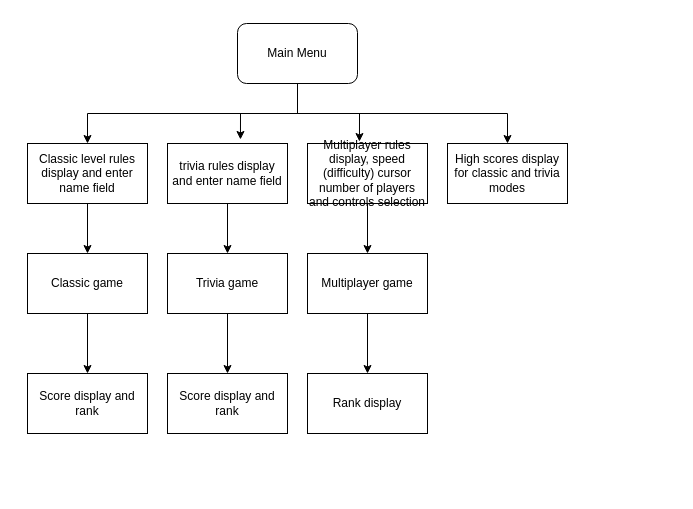
Above: Untitled Diagram.drawio in frederic-pautet/drakediagrams (draw.io), before the change. Source tidied: cells renumbered, new cells numbered last; positions are measured from the earlier drawing's top-left corner, leaving out a move shared by most shapes. Both pictures are drawn from the tidied source at 100%, with x=0, y=0 at pixel (27, 23).
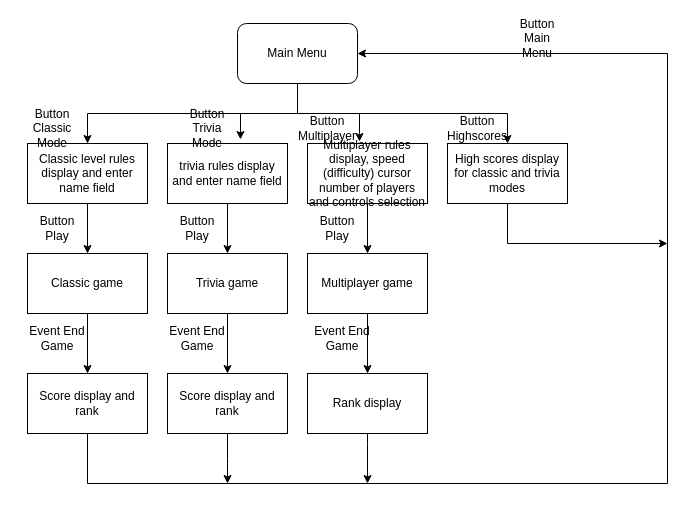
After the change.

Unchanged cells that the change refers to:
```xml
<mxCell id="4" value="Main Menu" style="rounded=1;whiteSpace=wrap;html=1;" parent="1" vertex="1">
  <mxGeometry x="210" width="120" height="60" as="geometry" />
</mxCell>
<mxCell id="11" value="High scores display for classic and trivia modes" style="rounded=0;whiteSpace=wrap;html=1;" parent="1" vertex="1">
  <mxGeometry x="420" y="120" width="120" height="60" as="geometry" />
</mxCell>
<mxCell id="18" value="Score display and rank" style="rounded=0;whiteSpace=wrap;html=1;" parent="1" vertex="1">
  <mxGeometry y="350" width="120" height="60" as="geometry" />
</mxCell>
<mxCell id="19" value="Score display and rank" style="rounded=0;whiteSpace=wrap;html=1;" parent="1" vertex="1">
  <mxGeometry x="140" y="350" width="120" height="60" as="geometry" />
</mxCell>
<mxCell id="20" value="Rank display" style="rounded=0;whiteSpace=wrap;html=1;" parent="1" vertex="1">
  <mxGeometry x="280" y="350" width="120" height="60" as="geometry" />
</mxCell>
```

The edit, as a diff of the source:
```diff
@@
+    <mxCell id="23" style="edgeStyle=orthogonalEdgeStyle;rounded=0;jettySize=auto;html=1;exitX=0.5;exitY=1;exitDx=0;exitDy=0;" parent="1" edge="1" source="11">
+      <mxGeometry relative="1" as="geometry">
+        <mxPoint x="640" y="220" as="targetPoint" />
+        <Array as="points">
+          <mxPoint x="480" y="220" />
+        </Array>
+      </mxGeometry>
+    </mxCell>
@@
+    <mxCell id="24" style="edgeStyle=orthogonalEdgeStyle;rounded=0;jettySize=auto;html=1;exitX=0.5;exitY=1;exitDx=0;exitDy=0;entryX=1;entryY=0.5;entryDx=0;entryDy=0;" parent="1" edge="1" source="18" target="4">
+      <mxGeometry relative="1" as="geometry">
+        <Array as="points">
+          <mxPoint x="60" y="460" />
+          <mxPoint x="640" y="460" />
+          <mxPoint x="640" y="30" />
+        </Array>
+      </mxGeometry>
+    </mxCell>
@@
+    <mxCell id="25" style="edgeStyle=orthogonalEdgeStyle;rounded=0;jettySize=auto;html=1;exitX=0.5;exitY=1;exitDx=0;exitDy=0;" parent="1" edge="1" source="19">
+      <mxGeometry relative="1" as="geometry">
+        <mxPoint x="200" y="460" as="targetPoint" />
+      </mxGeometry>
+    </mxCell>
@@
+    <mxCell id="26" style="edgeStyle=orthogonalEdgeStyle;rounded=0;jettySize=auto;html=1;exitX=0.5;exitY=1;exitDx=0;exitDy=0;" parent="1" edge="1" source="20">
+      <mxGeometry relative="1" as="geometry">
+        <mxPoint x="340" y="460" as="targetPoint" />
+        <Array as="points">
+          <mxPoint x="340" y="420" />
+          <mxPoint x="340" y="420" />
+        </Array>
+      </mxGeometry>
+    </mxCell>
@@
+    <mxCell id="27" value="Button Main Menu" style="text;html=1;align=center;verticalAlign=middle;whiteSpace=wrap;rounded=0;" parent="1" vertex="1">
+      <mxGeometry x="480" width="60" height="30" as="geometry" />
+    </mxCell>
+    <mxCell id="28" value="Button Classic Mode" style="text;html=1;align=center;verticalAlign=middle;whiteSpace=wrap;rounded=0;" parent="1" vertex="1">
+      <mxGeometry x="-10" y="90" width="70" height="30" as="geometry" />
+    </mxCell>
+    <mxCell id="29" value="Button Trivia Mode" style="text;html=1;align=center;verticalAlign=middle;whiteSpace=wrap;rounded=0;" parent="1" vertex="1">
+      <mxGeometry x="150" y="90" width="60" height="30" as="geometry" />
+    </mxCell>
+    <mxCell id="30" value="Button Multiplayer" style="text;html=1;align=center;verticalAlign=middle;whiteSpace=wrap;rounded=0;" parent="1" vertex="1">
+      <mxGeometry x="270" y="90" width="60" height="30" as="geometry" />
+    </mxCell>
+    <mxCell id="31" value="Button Highscores" style="text;html=1;align=center;verticalAlign=middle;whiteSpace=wrap;rounded=0;" parent="1" vertex="1">
+      <mxGeometry x="420" y="90" width="60" height="30" as="geometry" />
+    </mxCell>
+    <mxCell id="32" value="Button Play" style="text;html=1;align=center;verticalAlign=middle;whiteSpace=wrap;rounded=0;" parent="1" vertex="1">
+      <mxGeometry y="190" width="60" height="30" as="geometry" />
+    </mxCell>
+    <mxCell id="33" value="Button Play" style="text;html=1;align=center;verticalAlign=middle;whiteSpace=wrap;rounded=0;" parent="1" vertex="1">
+      <mxGeometry x="140" y="190" width="60" height="30" as="geometry" />
+    </mxCell>
+    <mxCell id="34" value="Button Play" style="text;html=1;align=center;verticalAlign=middle;whiteSpace=wrap;rounded=0;" parent="1" vertex="1">
+      <mxGeometry x="280" y="190" width="60" height="30" as="geometry" />
+    </mxCell>
+    <mxCell id="35" value="Event End Game" style="text;html=1;align=center;verticalAlign=middle;whiteSpace=wrap;rounded=0;" parent="1" vertex="1">
+      <mxGeometry y="300" width="60" height="30" as="geometry" />
+    </mxCell>
+    <mxCell id="36" value="Event End Game" style="text;html=1;align=center;verticalAlign=middle;whiteSpace=wrap;rounded=0;" parent="1" vertex="1">
+      <mxGeometry x="140" y="300" width="60" height="30" as="geometry" />
+    </mxCell>
+    <mxCell id="37" value="Event End Game" style="text;html=1;align=center;verticalAlign=middle;whiteSpace=wrap;rounded=0;" parent="1" vertex="1">
+      <mxGeometry x="285" y="300" width="60" height="30" as="geometry" />
+    </mxCell>
```
